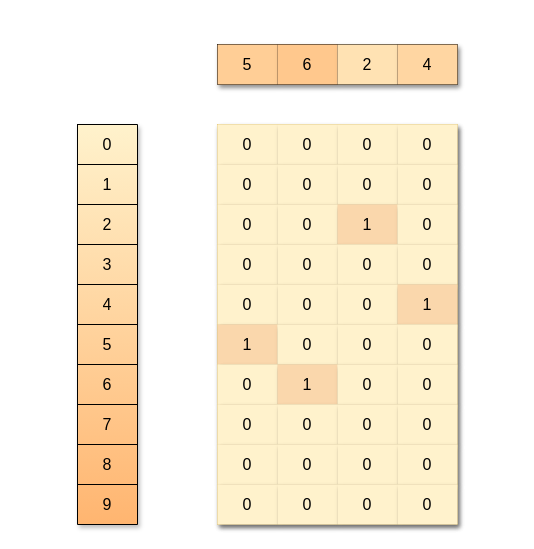
The draw.io diagram page "数据的独热表示" (2 of 2) of 未命名绘图.drawio in zzc-1024/alu.draw.io, before the edit. Source tidied: cells renumbered, new cells numbered last; positions are measured from the earlier drawing's top-left corner, leaving out a move shared by most shapes. Both pictures are drawn from the tidied source at 100%, with x=0, y=0 at pixel (77, 44).
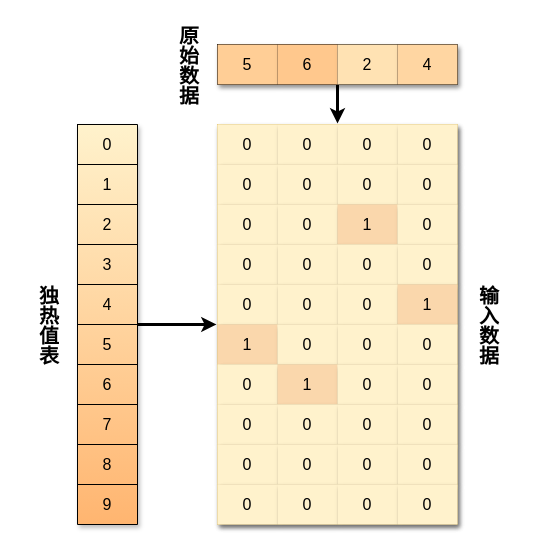
The same diagram, later.

Commit message (it also covers changes not shown here):
更新未命名绘图.drawio

The change refers to these unchanged cells:
```xml
<mxCell id="2" style="shape=table;startSize=0;childLayout=tableLayout;fontSize=16;spacingTop=0;fillColor=#fff2cc;strokeColor=#d6b656;shadow=1;perimeterSpacing=1;swimlaneFillColor=none;" parent="1" vertex="1">
  <mxGeometry x="140" y="80" width="240" height="400" as="geometry" />
</mxCell>
<mxCell id="53" style="shape=table;startSize=0;childLayout=tableLayout;fontSize=16;shadow=1;" parent="1" vertex="1">
  <mxGeometry x="140" width="240" height="40" as="geometry" />
</mxCell>
<mxCell id="59" style="shape=table;startSize=0;childLayout=tableLayout;fontSize=16;gradientColor=#FFB570;fillColor=#FFF2CC;shadow=1;" parent="1" vertex="1">
  <mxGeometry y="80" width="60" height="400" as="geometry" />
</mxCell>
```

The edit, as a diff of the source:
```diff
@@
+    <mxCell id="80" style="edgeStyle=orthogonalEdgeStyle;rounded=0;jettySize=auto;html=1;entryX=0.5;entryY=0;entryDx=0;entryDy=0;strokeWidth=3;" parent="1" edge="1" source="53" target="2">
+      <mxGeometry relative="1" as="geometry" />
+    </mxCell>
@@
+    <mxCell id="81" style="edgeStyle=orthogonalEdgeStyle;rounded=0;jettySize=auto;html=1;entryX=0;entryY=0.5;entryDx=0;entryDy=0;strokeWidth=3;" parent="1" edge="1" source="59" target="2">
+      <mxGeometry relative="1" as="geometry" />
+    </mxCell>
@@
+    <mxCell id="82" value="独热值表" style="text;html=1;align=center;verticalAlign=middle;whiteSpace=wrap;rounded=0;horizontal=1;textDirection=vertical-lr;fontStyle=1;fontSize=20;" parent="1" vertex="1">
+      <mxGeometry x="-60" y="232.5" width="60" height="95" as="geometry" />
+    </mxCell>
+    <mxCell id="83" value="原始数据" style="text;html=1;align=center;verticalAlign=middle;whiteSpace=wrap;rounded=0;horizontal=1;textDirection=vertical-lr;fontStyle=1;fontSize=20;" parent="1" vertex="1">
+      <mxGeometry x="80" y="-27.5" width="60" height="95" as="geometry" />
+    </mxCell>
+    <mxCell id="84" value="输入数据" style="text;html=1;align=center;verticalAlign=middle;whiteSpace=wrap;rounded=0;horizontal=1;textDirection=vertical-lr;fontStyle=1;fontSize=20;" parent="1" vertex="1">
+      <mxGeometry x="380" y="232.5" width="60" height="95" as="geometry" />
+    </mxCell>
```
